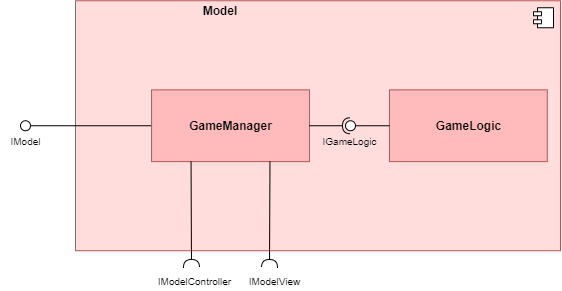
Before: Doku/images/Model_Ebene2.png, a diagram exported from draw.io (KjellooMelloo/gameoftrons). Source tidied: cells renumbered, new cells last; positions are measured from the earlier drawing's top-left corner, leaving out a move shared by most shapes.
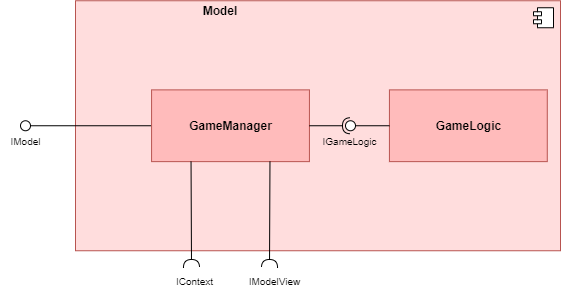
Above is the later version.

Change to the diagram source:
```diff
@@ -28,8 +28,8 @@
     <mxCell id="9" value="&lt;b&gt;GameLogic&lt;/b&gt;" style="html=1;strokeWidth=1;fillColor=#FFBBBB;strokeColor=#B85450;" parent="1" vertex="1">
       <mxGeometry x="388.9" y="89.4" width="157.8" height="71.8" as="geometry" />
     </mxCell>
-    <mxCell id="10" value="&lt;span style=&quot;font-size: 10px&quot;&gt;IModelController&lt;/span&gt;" style="text;html=1;align=center;verticalAlign=middle;" parent="1" vertex="1">
-      <mxGeometry x="148.9" y="269.9" width="90" height="20" as="geometry" />
+    <mxCell id="10" value="&lt;span style=&quot;font-size: 10px&quot;&gt;IContext&lt;/span&gt;" style="text;html=1;align=center;verticalAlign=middle;" parent="1" vertex="1">
+      <mxGeometry x="168.9" y="269.9" width="50" height="20" as="geometry" />
     </mxCell>
     <mxCell id="11" style="rounded=0;jettySize=auto;html=1;endArrow=halfCircle;endFill=0;endSize=6;strokeWidth=1;exitX=0.25;exitY=1;exitDx=0;exitDy=0;" parent="1" edge="1" source="8">
       <mxGeometry relative="1" as="geometry">
```
